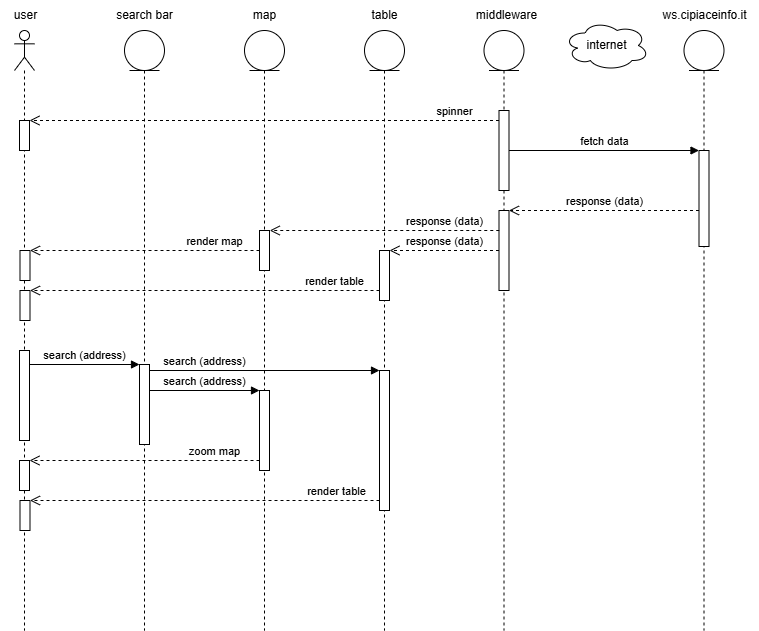
The draw.io diagram docs/UML/POI_sequenza_home_ricerca.png in Fix-22/5C_AvvedutoCecireCinquetti_POI, before a commit. Source tidied: cells renumbered, new cells last; positions are measured from the earlier drawing's top-left corner, leaving out a move shared by most shapes.
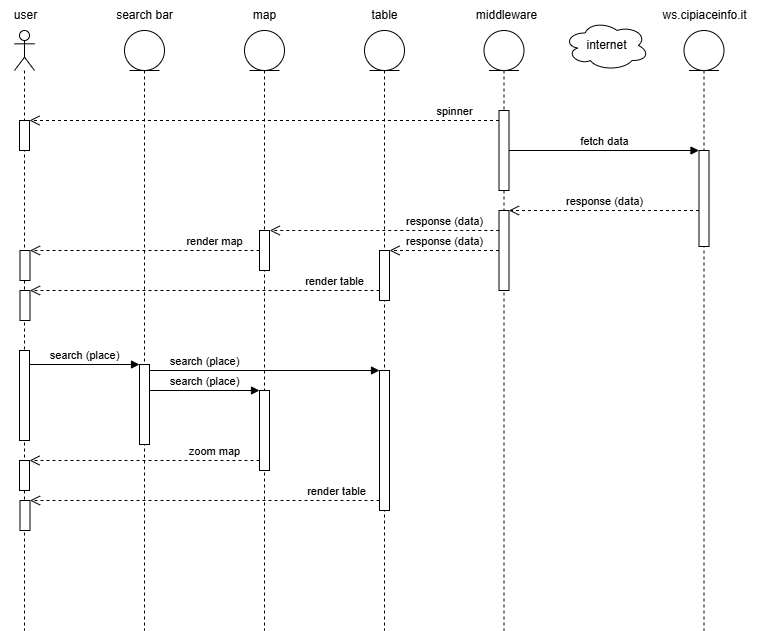
After the change.

Commit message:
aggiornamento doc uml

What changed in the source:
```diff
@@ -32,7 +32,7 @@
     <mxCell id="11" style="html=1;points=[[0,0,0,0,5],[0,1,0,0,-5],[1,0,0,0,5],[1,1,0,0,-5]];perimeter=orthogonalPerimeter;outlineConnect=0;targetShapes=umlLifeline;portConstraint=eastwest;newEdgeStyle={&quot;curved&quot;:0,&quot;rounded&quot;:0};" parent="9" vertex="1">
       <mxGeometry x="15" y="360" width="10" height="80" as="geometry" />
     </mxCell>
-    <mxCell id="12" value="search (address)" style="html=1;verticalAlign=bottom;endArrow=block;curved=0;rounded=0;" parent="9" edge="1" target="11">
+    <mxCell id="12" value="search (place)" style="html=1;verticalAlign=bottom;endArrow=block;curved=0;rounded=0;" parent="9" edge="1" target="11">
       <mxGeometry relative="1" as="geometry">
         <mxPoint x="-95" y="360" as="sourcePoint" />
       </mxGeometry>
@@ -111,13 +111,13 @@
     <mxCell id="35" value="search bar" style="text;html=1;align=center;verticalAlign=middle;strokeColor=none;fillColor=none;labelBackgroundColor=default;" parent="1" vertex="1">
       <mxGeometry x="104" width="80" height="30" as="geometry" />
     </mxCell>
-    <mxCell id="36" value="search (address)" style="html=1;verticalAlign=bottom;endArrow=block;curved=0;rounded=0;" parent="1" edge="1">
+    <mxCell id="36" value="search (place)" style="html=1;verticalAlign=bottom;endArrow=block;curved=0;rounded=0;" parent="1" edge="1">
       <mxGeometry relative="1" as="geometry">
         <mxPoint x="29" y="364" as="sourcePoint" />
         <mxPoint x="139" y="364" as="targetPoint" />
       </mxGeometry>
     </mxCell>
-    <mxCell id="37" value="search (address)" style="html=1;verticalAlign=bottom;endArrow=block;curved=0;rounded=0;" parent="1" edge="1">
+    <mxCell id="37" value="search (place)" style="html=1;verticalAlign=bottom;endArrow=block;curved=0;rounded=0;" parent="1" edge="1">
       <mxGeometry x="-0.52" relative="1" as="geometry">
         <mxPoint x="149" y="370" as="sourcePoint" />
         <mxPoint x="379" y="370" as="targetPoint" />
```
